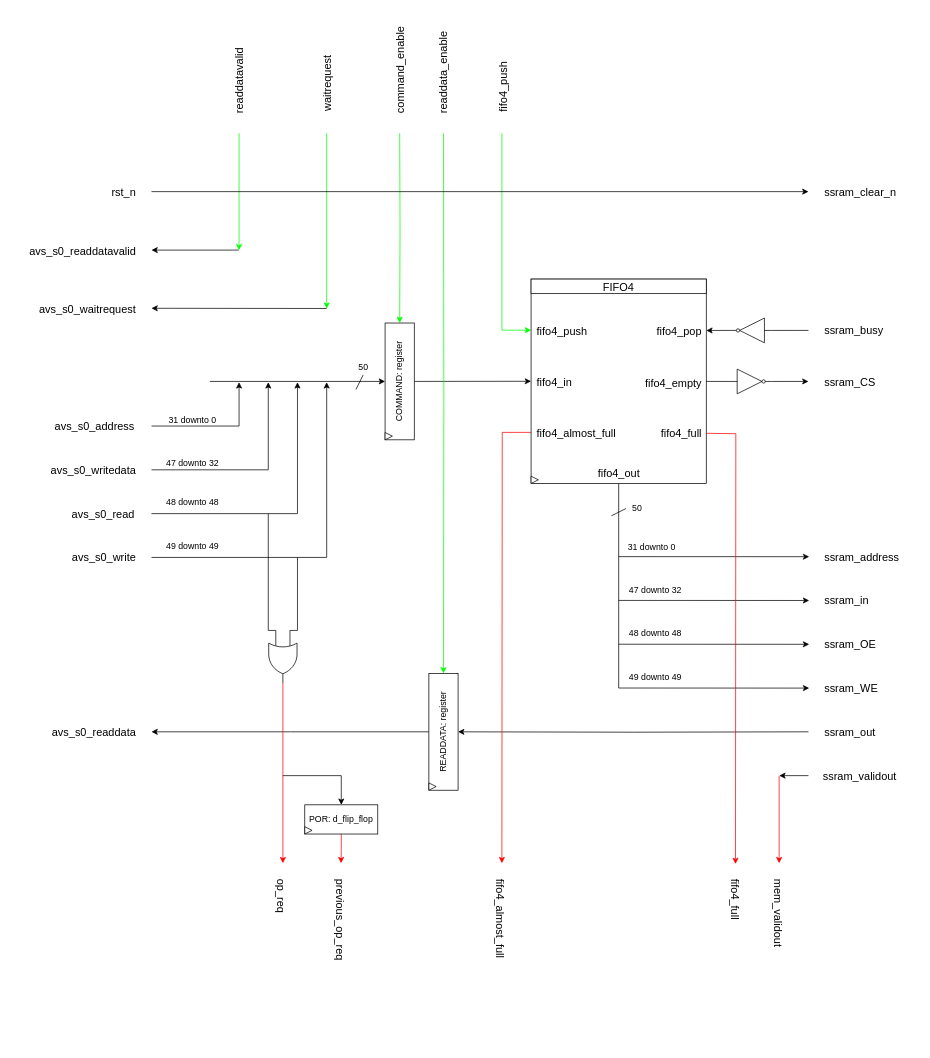
Above: page "AvalonMM_to_SSRAM: RTL" (2 of 3) of IP_cores/AvalonMM_to_hRAM/AvalonMM_to_SSRAM_v1/rtl/AvalonMM_to_SSRAM.drawio in AndreaBononi/IP_cores (draw.io), before the change. Source tidied: cells renumbered, new cells numbered last; positions are measured from the earlier drawing's top-left corner, leaving out a move shared by most shapes. Both pictures are drawn from the tidied source at 73%, with x=0, y=0 at pixel (12, 53).
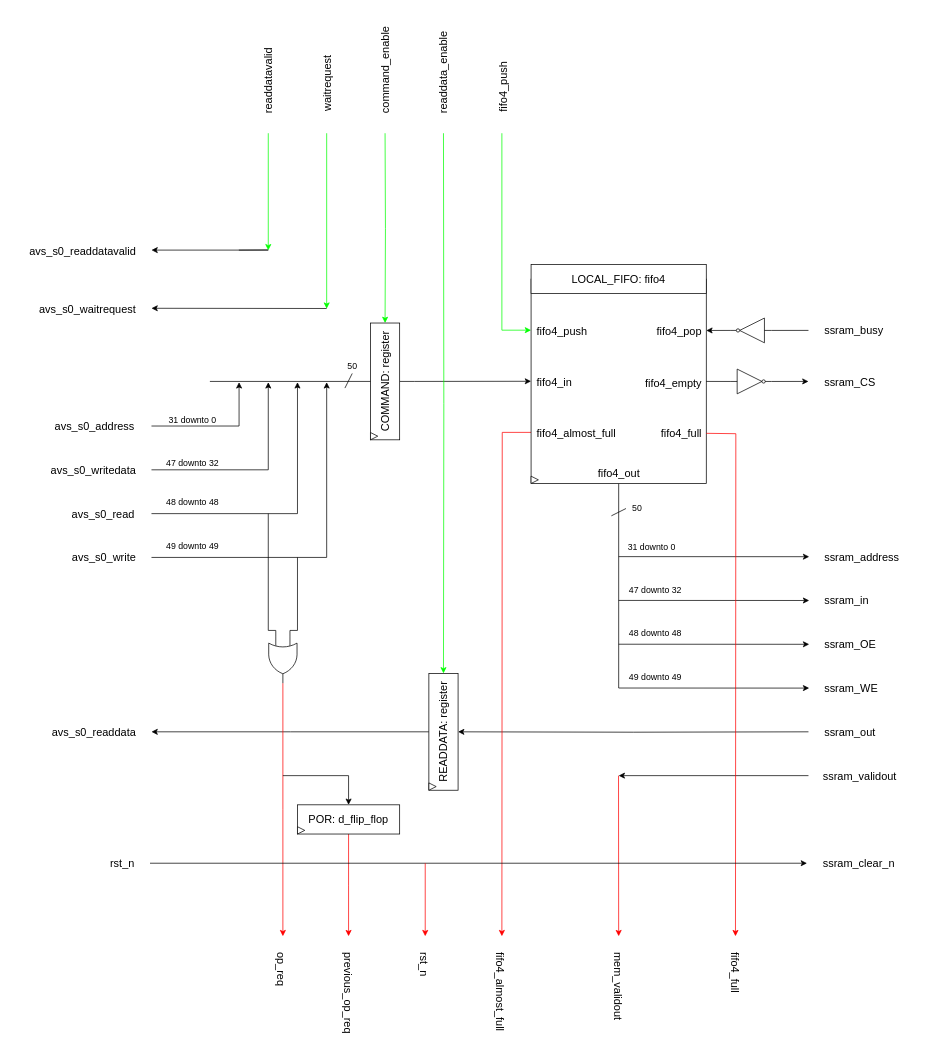
The same diagram, later.

The change refers to these unchanged cells:
```xml
<mxCell id="68" style="verticalLabelPosition=bottom;shadow=0;dashed=0;align=center;html=1;verticalAlign=top;shape=mxgraph.electrical.logic_gates.logic_gate;operation=or;direction=south;" parent="1" vertex="1">
  <mxGeometry x="350.6" y="798.8" width="38.8" height="64.6" as="geometry" />
</mxCell>
<mxCell id="70" style="rounded=0;whiteSpace=wrap;html=1;direction=south;horizontal=1;" parent="1" vertex="1">
  <mxGeometry x="710" y="309.8" width="240" height="280" as="geometry" />
</mxCell>
```

Change to the diagram source:
```diff
@@
     <mxCell id="13" value="&lt;font style=&quot;font-size: 15px;&quot;&gt;readdatavalid&lt;/font&gt;" style="text;html=1;align=left;verticalAlign=middle;strokeColor=none;fillColor=none;rotation=-90;" parent="1" vertex="1">
-      <mxGeometry x="255" y="15" width="110" height="30" as="geometry" />
+      <mxGeometry x="295" y="15" width="110" height="30" as="geometry" />
     </mxCell>
     <mxCell id="14" style="endArrow=classic;html=1;rounded=0;fontSize=15;" parent="1" edge="1">
       <mxGeometry relative="1" as="geometry">
         <mxPoint x="309.5" y="270.1" as="sourcePoint" />
         <mxPoint x="190" y="270.1" as="targetPoint" />
         <Array as="points">
+          <mxPoint x="350" y="270" />
           <mxPoint x="309.5" y="270.1" />
         </Array>
       </mxGeometry>
     </mxCell>
@@
     <mxCell id="17" style="endArrow=classic;html=1;rounded=0;strokeColor=#00FF00;endFill=1;" parent="1" edge="1">
       <mxGeometry relative="1" as="geometry">
-        <mxPoint x="310" y="110" as="sourcePoint" />
-        <mxPoint x="310" y="270.4" as="targetPoint" />
+        <mxPoint x="350" y="110" as="sourcePoint" />
+        <mxPoint x="350" y="270.4" as="targetPoint" />
       </mxGeometry>
     </mxCell>
@@
-    <mxCell id="31" value="READDATA: register" style="rounded=0;whiteSpace=wrap;html=1;direction=south;horizontal=0;" parent="1" vertex="1">
+    <mxCell id="31" value="&lt;font style=&quot;font-size: 15px;&quot;&gt;READDATA: register&lt;/font&gt;" style="rounded=0;whiteSpace=wrap;html=1;direction=south;horizontal=0;" parent="1" vertex="1">
       <mxGeometry x="570" y="850" width="40" height="160" as="geometry" />
     </mxCell>
@@
     <mxCell id="33" value="op_req" style="text;html=1;align=left;verticalAlign=middle;strokeColor=none;fillColor=none;fontSize=15;rotation=90;" parent="1" vertex="1">
-      <mxGeometry x="333" y="1149.8" width="70" height="30" as="geometry" />
+      <mxGeometry x="333" y="1250" width="70" height="30" as="geometry" />
     </mxCell>
     <mxCell id="34" style="edgeStyle=orthogonalEdgeStyle;rounded=0;jettySize=auto;html=1;entryX=0;entryY=0.5;entryDx=0;entryDy=0;strokeColor=#00FF00;" parent="1" edge="1" target="36">
       <mxGeometry relative="1" as="geometry">
-        <mxPoint x="530" y="110" as="sourcePoint" />
+        <mxPoint x="510" y="110" as="sourcePoint" />
       </mxGeometry>
     </mxCell>
@@
-    <mxCell id="36" value="COMMAND: register" style="rounded=0;whiteSpace=wrap;html=1;direction=south;horizontal=0;" parent="1" vertex="1">
-      <mxGeometry x="510" y="370" width="40" height="160" as="geometry" />
+    <mxCell id="36" value="&lt;font style=&quot;font-size: 15px;&quot;&gt;COMMAND: register&lt;/font&gt;" style="rounded=0;whiteSpace=wrap;html=1;direction=south;horizontal=0;" parent="1" vertex="1">
+      <mxGeometry x="490" y="370" width="40" height="160" as="geometry" />
     </mxCell>
     <mxCell id="37" style="triangle;whiteSpace=wrap;html=1;direction=east;" parent="1" vertex="1">
-      <mxGeometry x="510" y="520" width="10" height="10" as="geometry" />
+      <mxGeometry x="490" y="520" width="10" height="10" as="geometry" />
     </mxCell>
@@
     <mxCell id="44" style="endArrow=none;html=1;rounded=0;" parent="1" edge="1">
       <mxGeometry relative="1" as="geometry">
-        <mxPoint x="470" y="461.1" as="sourcePoint" />
-        <mxPoint x="480" y="441.1" as="targetPoint" />
+        <mxPoint x="455" y="459.1" as="sourcePoint" />
+        <mxPoint x="465" y="439.1" as="targetPoint" />
       </mxGeometry>
     </mxCell>
     <mxCell id="45" value="50" style="text;html=1;align=center;verticalAlign=middle;strokeColor=none;fillColor=none;" parent="1" vertex="1">
-      <mxGeometry x="460" y="416.1" width="40" height="30" as="geometry" />
+      <mxGeometry x="445" y="414.1" width="40" height="30" as="geometry" />
     </mxCell>
@@
     <mxCell id="54" value="command_enable" style="text;html=1;align=left;verticalAlign=middle;strokeColor=none;fillColor=none;fontSize=15;rotation=-90;" parent="1" vertex="1">
-      <mxGeometry x="460" width="140" height="30" as="geometry" />
+      <mxGeometry x="440" width="140" height="30" as="geometry" />
     </mxCell>
@@
     <mxCell id="57" value="&lt;div&gt;mem_validout&lt;/div&gt;" style="text;html=1;align=left;verticalAlign=middle;strokeColor=none;fillColor=none;fontSize=15;rotation=90;" parent="1" vertex="1">
-      <mxGeometry x="990" y="1174.8" width="120" height="30" as="geometry" />
+      <mxGeometry x="770" y="1275" width="120" height="30" as="geometry" />
     </mxCell>
@@
     <mxCell id="60" style="edgeStyle=orthogonalEdgeStyle;rounded=0;jettySize=auto;html=1;exitX=1;exitY=0.5;exitDx=0;exitDy=0;exitPerimeter=0;strokeColor=#FF0000;" parent="1" edge="1" source="68">
       <mxGeometry relative="1" as="geometry">
-        <mxPoint x="370" y="1110" as="targetPoint" />
+        <mxPoint x="370" y="1210" as="targetPoint" />
       </mxGeometry>
     </mxCell>
@@
     <mxCell id="62" style="edgeStyle=orthogonalEdgeStyle;rounded=0;orthogonalLoop=1;jettySize=auto;html=1;strokeColor=#FF0000;" parent="1" edge="1">
       <mxGeometry relative="1" as="geometry">
-        <mxPoint x="1049.8" y="990" as="sourcePoint" />
-        <mxPoint x="1049.8" y="1110" as="targetPoint" />
+        <mxPoint x="829.8" y="990" as="sourcePoint" />
+        <mxPoint x="830" y="1210" as="targetPoint" />
         <Array as="points">
-          <mxPoint x="1049.8" y="990" />
+          <mxPoint x="829.8" y="990" />
         </Array>
       </mxGeometry>
     </mxCell>
@@
     <mxCell id="64" style="endArrow=classic;html=1;rounded=0;endFill=1;" parent="1" edge="1">
       <mxGeometry relative="1" as="geometry">
         <mxPoint x="1090" y="990" as="sourcePoint" />
-        <mxPoint x="1050" y="990" as="targetPoint" />
+        <mxPoint x="830" y="990" as="targetPoint" />
       </mxGeometry>
     </mxCell>
@@
     <mxCell id="69" style="edgeStyle=orthogonalEdgeStyle;rounded=0;jettySize=auto;html=1;exitX=0.75;exitY=1;exitDx=0;exitDy=0;strokeColor=#FF0000;" parent="1" edge="1" source="70">
       <mxGeometry relative="1" as="geometry">
-        <mxPoint x="670" y="1110" as="targetPoint" />
+        <mxPoint x="670" y="1210" as="targetPoint" />
       </mxGeometry>
     </mxCell>
@@
-    <mxCell id="72" value="&lt;font style=&quot;font-size: 15px;&quot;&gt;FIFO4&lt;/font&gt;" style="rounded=0;whiteSpace=wrap;html=1;" parent="1" vertex="1">
-      <mxGeometry x="710" y="309.8" width="240" height="19.7" as="geometry" />
+    <mxCell id="72" value="&lt;font style=&quot;font-size: 15px;&quot;&gt;LOCAL_FIFO: fifo4&lt;/font&gt;" style="rounded=0;whiteSpace=wrap;html=1;" parent="1" vertex="1">
+      <mxGeometry x="710" y="290" width="240" height="39.5" as="geometry" />
     </mxCell>
@@
     <mxCell id="76" value="fifo4_almost_full" style="text;html=1;align=left;verticalAlign=middle;strokeColor=none;fillColor=none;fontSize=15;rotation=90;" parent="1" vertex="1">
-      <mxGeometry x="604" y="1179.8" width="130" height="30" as="geometry" />
+      <mxGeometry x="604" y="1280" width="130" height="30" as="geometry" />
     </mxCell>
@@
     <mxCell id="81" style="edgeStyle=orthogonalEdgeStyle;rounded=0;jettySize=auto;html=1;exitX=0;exitY=0.5;exitDx=0;exitDy=0;entryX=0;entryY=0.5;entryDx=0;entryDy=0;" parent="1" edge="1" target="83">
       <mxGeometry relative="1" as="geometry">
         <mxPoint x="370" y="990" as="sourcePoint" />
         <Array as="points">
-          <mxPoint x="450" y="990" />
+          <mxPoint x="460" y="990" />
         </Array>
       </mxGeometry>
     </mxCell>
     <mxCell id="82" style="edgeStyle=orthogonalEdgeStyle;rounded=0;jettySize=auto;html=1;exitX=1;exitY=0.5;exitDx=0;exitDy=0;strokeColor=#FF0000;" parent="1" edge="1" source="83">
       <mxGeometry relative="1" as="geometry">
-        <mxPoint x="449.7" y="1110" as="targetPoint" />
+        <mxPoint x="460" y="1210" as="targetPoint" />
       </mxGeometry>
     </mxCell>
-    <mxCell id="83" value="POR: d_flip_flop" style="rounded=0;whiteSpace=wrap;html=1;direction=south;horizontal=1;" parent="1" vertex="1">
-      <mxGeometry x="400" y="1030" width="100" height="40" as="geometry" />
+    <mxCell id="83" value="&lt;font style=&quot;font-size: 15px;&quot;&gt;POR: d_flip_flop&lt;/font&gt;" style="rounded=0;whiteSpace=wrap;html=1;direction=south;horizontal=1;" parent="1" vertex="1">
+      <mxGeometry x="390" y="1030" width="140" height="40" as="geometry" />
     </mxCell>
     <mxCell id="84" style="triangle;whiteSpace=wrap;html=1;direction=east;" parent="1" vertex="1">
-      <mxGeometry x="400" y="1060" width="10" height="10" as="geometry" />
+      <mxGeometry x="390" y="1060" width="10" height="10" as="geometry" />
     </mxCell>
     <mxCell id="85" value="previous_op_req" style="text;html=1;align=left;verticalAlign=middle;strokeColor=none;fillColor=none;fontSize=15;rotation=90;" parent="1" vertex="1">
-      <mxGeometry x="385" y="1179.8" width="130" height="30" as="geometry" />
+      <mxGeometry x="395" y="1280" width="130" height="30" as="geometry" />
     </mxCell>
@@
     <mxCell id="88" style="edgeStyle=orthogonalEdgeStyle;rounded=0;orthogonalLoop=1;jettySize=auto;html=1;exitX=0.75;exitY=1;exitDx=0;exitDy=0;strokeColor=#FF0000;" parent="1" edge="1">
       <mxGeometry relative="1" as="geometry">
         <mxPoint x="950" y="521.1" as="sourcePoint" />
-        <mxPoint x="990" y="1111.1" as="targetPoint" />
+        <mxPoint x="990" y="1210" as="targetPoint" />
       </mxGeometry>
     </mxCell>
     <mxCell id="89" value="fifo4_full" style="text;html=1;align=left;verticalAlign=middle;strokeColor=none;fillColor=none;fontSize=15;rotation=90;" parent="1" vertex="1">
-      <mxGeometry x="950" y="1154.8" width="80" height="30" as="geometry" />
+      <mxGeometry x="950" y="1255" width="80" height="30" as="geometry" />
     </mxCell>
@@
     <mxCell id="92" style="endArrow=classic;html=1;rounded=0;fontSize=15;" parent="1" edge="1">
       <mxGeometry relative="1" as="geometry">
-        <mxPoint x="190" y="190" as="sourcePoint" />
-        <mxPoint x="1090" y="190" as="targetPoint" />
+        <mxPoint x="188" y="1110" as="sourcePoint" />
+        <mxPoint x="1088" y="1110" as="targetPoint" />
       </mxGeometry>
     </mxCell>
     <mxCell id="93" value="&lt;font style=&quot;font-size: 15px;&quot;&gt;ssram_clear_n&lt;/font&gt;" style="text;html=1;align=left;verticalAlign=middle;strokeColor=none;fillColor=none;" parent="1" vertex="1">
-      <mxGeometry x="1110" y="175" width="120" height="30" as="geometry" />
+      <mxGeometry x="1108" y="1095" width="120" height="30" as="geometry" />
     </mxCell>
     <mxCell id="94" value="&lt;font style=&quot;font-size: 15px;&quot;&gt;rst_n&lt;/font&gt;" style="text;html=1;align=right;verticalAlign=middle;strokeColor=none;fillColor=none;" parent="1" vertex="1">
-      <mxGeometry x="110" y="175" width="60" height="30" as="geometry" />
+      <mxGeometry x="108" y="1095" width="60" height="30" as="geometry" />
     </mxCell>
+    <mxCell id="95" style="edgeStyle=orthogonalEdgeStyle;rounded=0;orthogonalLoop=1;jettySize=auto;html=1;exitX=1;exitY=0.5;exitDx=0;exitDy=0;strokeColor=#FF0000;" parent="1" edge="1">
+      <mxGeometry relative="1" as="geometry">
+        <mxPoint x="565" y="1110" as="sourcePoint" />
+        <mxPoint x="565" y="1210" as="targetPoint" />
+      </mxGeometry>
+    </mxCell>
+    <mxCell id="96" value="&lt;font style=&quot;font-size: 15px;&quot;&gt;rst_n&lt;/font&gt;" style="text;html=1;align=left;verticalAlign=middle;strokeColor=none;fillColor=none;rotation=90;" parent="1" vertex="1">
+      <mxGeometry x="535" y="1245" width="60" height="30" as="geometry" />
+    </mxCell>
```
